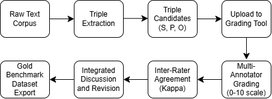
This is docs/images/fig1_pipeline.png from razz0n/triple-grader-tool, a draw.io export, as it was before one commit. Source tidied: cells renumbered, new cells last; positions are measured from the earlier drawing's top-left corner, leaving out a move shared by most shapes.
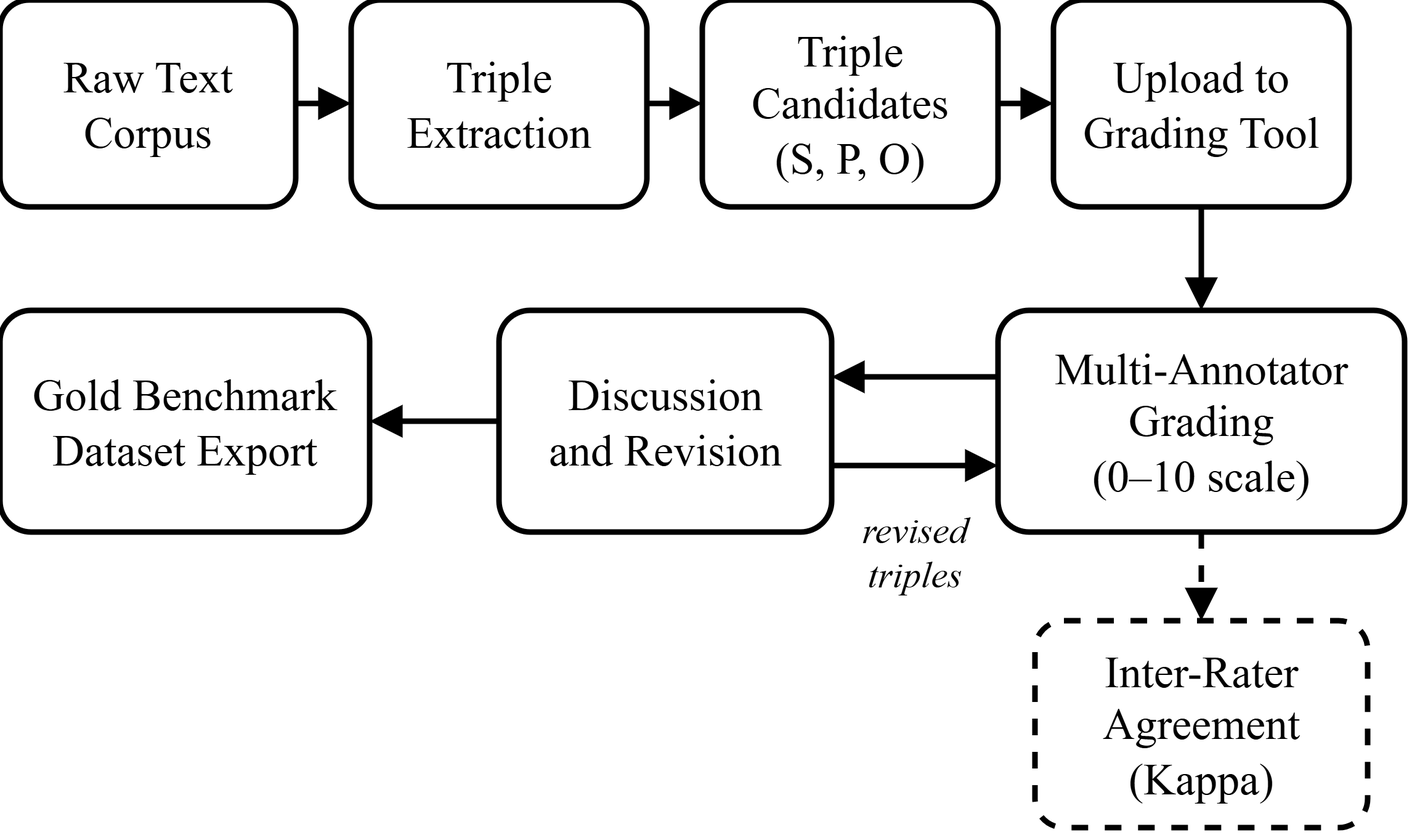
The same diagram one commit later.

Commit message:
fix: README.md and pipeline figure updated with the new benchmark steps

Diff of the diagram source:
```diff
@@ -1,58 +1,81 @@
-<mxGraphModel background="light-dark(#000000,transparent)">
+<mxGraphModel>
   <root>
     <mxCell id="0" />
     <mxCell id="1" parent="0" />
-    <mxCell id="2" value="Raw Text Corpus" style="rounded=1;whiteSpace=wrap;html=1;fontColor=light-dark(#000000,#000000);fillColor=light-dark(#FFFFFF,#FFFFFF);strokeColor=light-dark(#000000,#000000);" parent="1" vertex="1">
-      <mxGeometry width="80" height="60" as="geometry" />
+    <mxCell id="2" value="Raw Text&lt;br&gt;Corpus" style="rounded=1;arcSize=14;whiteSpace=wrap;html=1;fillColor=none;strokeWidth=1.5;fontFamily=Times New Roman;fontSize=12;strokeColor=light-dark(#000000,#000000);fontColor=light-dark(#000000,#000000);" parent="1" vertex="1">
+      <mxGeometry x="-35" y="-196" width="80" height="56" as="geometry" />
     </mxCell>
-    <mxCell id="3" value="Triple Extraction" style="rounded=1;whiteSpace=wrap;html=1;fontColor=light-dark(#000000,#000000);fillColor=light-dark(#FFFFFF,#FFFFFF);strokeColor=light-dark(#000000,#000000);" parent="1" vertex="1">
-      <mxGeometry x="120" width="80" height="60" as="geometry" />
+    <mxCell id="3" value="Triple&lt;br&gt;Extraction" style="rounded=1;arcSize=14;whiteSpace=wrap;html=1;fillColor=none;strokeWidth=1.5;fontFamily=Times New Roman;fontSize=12;strokeColor=light-dark(#000000,#000000);fontColor=light-dark(#000000,#000000);" parent="1" vertex="1">
+      <mxGeometry x="60" y="-196" width="80" height="56" as="geometry" />
     </mxCell>
-    <mxCell id="4" value="Triple Candidates&lt;div&gt;(S, P, O)&lt;/div&gt;" style="rounded=1;whiteSpace=wrap;html=1;fontColor=light-dark(#000000,#000000);fillColor=light-dark(#FFFFFF,#FFFFFF);strokeColor=light-dark(#000000,#000000);" parent="1" vertex="1">
-      <mxGeometry x="240" width="80" height="60" as="geometry" />
+    <mxCell id="4" value="Triple&lt;br&gt;Candidates&lt;br&gt;(S, P, O)" style="rounded=1;arcSize=14;whiteSpace=wrap;html=1;fillColor=none;strokeWidth=1.5;fontFamily=Times New Roman;fontSize=12;strokeColor=light-dark(#000000,#000000);fontColor=light-dark(#000000,#000000);" parent="1" vertex="1">
+      <mxGeometry x="155" y="-196" width="80" height="56" as="geometry" />
     </mxCell>
-    <mxCell id="5" value="Upload to Grading Tool" style="rounded=1;whiteSpace=wrap;html=1;fontColor=light-dark(#000000,#000000);fillColor=light-dark(#FFFFFF,#FFFFFF);strokeColor=light-dark(#000000,#000000);" parent="1" vertex="1">
-      <mxGeometry x="360" width="80" height="60" as="geometry" />
+    <mxCell id="5" value="Upload to&lt;br&gt;Grading Tool" style="rounded=1;arcSize=14;whiteSpace=wrap;html=1;fillColor=none;strokeWidth=1.5;fontFamily=Times New Roman;fontSize=12;strokeColor=light-dark(#000000,#000000);fontColor=light-dark(#000000,#000000);" parent="1" vertex="1">
+      <mxGeometry x="250" y="-196" width="80" height="56" as="geometry" />
     </mxCell>
-    <mxCell id="6" value="Multi-Annotator&lt;div&gt;Grading&lt;/div&gt;&lt;div&gt;(0-10 scale)&lt;/div&gt;" style="rounded=1;whiteSpace=wrap;html=1;fontColor=light-dark(#000000,#000000);fillColor=light-dark(#FFFFFF,#FFFFFF);strokeColor=light-dark(#000000,#000000);" parent="1" vertex="1">
-      <mxGeometry x="360" y="98" width="80" height="60" as="geometry" />
-    </mxCell>
+    <mxCell id="17" style="endArrow=block;endFill=1;endSize=5;startArrow=none;html=1;strokeWidth=1.5;strokeColor=light-dark(#000000,#000000);fontColor=light-dark(#000000,#000000);" parent="1" edge="1">
+      <mxGeometry relative="1" as="geometry">
+        <mxPoint x="45" y="-168" as="sourcePoint" />
+        <mxPoint x="60" y="-168" as="targetPoint" />
+      </mxGeometry>
+    </mxCell>
+    <mxCell id="18" style="endArrow=block;endFill=1;endSize=5;startArrow=none;html=1;strokeWidth=1.5;strokeColor=light-dark(#000000,#000000);fontColor=light-dark(#000000,#000000);" parent="1" edge="1">
+      <mxGeometry relative="1" as="geometry">
+        <mxPoint x="140" y="-168" as="sourcePoint" />
+        <mxPoint x="155" y="-168" as="targetPoint" />
+      </mxGeometry>
+    </mxCell>
+    <mxCell id="19" style="endArrow=block;endFill=1;endSize=5;startArrow=none;html=1;strokeWidth=1.5;strokeColor=light-dark(#000000,#000000);fontColor=light-dark(#000000,#000000);" parent="1" edge="1">
+      <mxGeometry relative="1" as="geometry">
+        <mxPoint x="235" y="-168" as="sourcePoint" />
+        <mxPoint x="250" y="-168" as="targetPoint" />
+      </mxGeometry>
+    </mxCell>
+    <mxCell id="20" value="Multi-Annotator&lt;br&gt;Grading&lt;br&gt;(0–10 scale)" style="rounded=1;arcSize=14;whiteSpace=wrap;html=1;fillColor=none;strokeWidth=1.5;fontFamily=Times New Roman;fontSize=12;strokeColor=light-dark(#000000,#000000);fontColor=light-dark(#000000,#000000);" parent="1" vertex="1">
+      <mxGeometry x="235" y="-112" width="110" height="60" as="geometry" />
+    </mxCell>
+    <mxCell id="21" value="Discussion&lt;br&gt;and Revision" style="rounded=1;arcSize=14;whiteSpace=wrap;html=1;fillColor=none;strokeWidth=1.5;fontFamily=Times New Roman;fontSize=12;strokeColor=light-dark(#000000,#000000);fontColor=light-dark(#000000,#000000);" parent="1" vertex="1">
+      <mxGeometry x="100" y="-112" width="90" height="60" as="geometry" />
+    </mxCell>
+    <mxCell id="8" value="Gold Benchmark&lt;br&gt;Dataset Export" style="rounded=1;arcSize=14;whiteSpace=wrap;html=1;fillColor=none;strokeWidth=1.5;fontFamily=Times New Roman;fontSize=12;strokeColor=light-dark(#000000,#000000);fontColor=light-dark(#000000,#000000);" parent="1" vertex="1">
+      <mxGeometry x="-35" y="-112" width="100" height="60" as="geometry" />
+    </mxCell>
+    <mxCell id="22" style="endArrow=block;endFill=1;endSize=5;startArrow=none;html=1;strokeWidth=1.5;strokeColor=light-dark(#000000,#000000);fontColor=light-dark(#000000,#000000);" parent="1" edge="1">
+      <mxGeometry relative="1" as="geometry">
+        <mxPoint x="290" y="-140" as="sourcePoint" />
+        <mxPoint x="290" y="-112" as="targetPoint" />
+      </mxGeometry>
+    </mxCell>
+    <mxCell id="23" style="endArrow=block;endFill=1;endSize=5;startArrow=none;html=1;strokeWidth=1.5;strokeColor=light-dark(#000000,#000000);fontColor=light-dark(#000000,#000000);" parent="1" edge="1">
+      <mxGeometry relative="1" as="geometry">
+        <mxPoint x="235" y="-94" as="sourcePoint" />
+        <mxPoint x="190" y="-94" as="targetPoint" />
+      </mxGeometry>
+    </mxCell>
+    <mxCell id="24" style="endArrow=block;endFill=1;endSize=5;startArrow=none;html=1;strokeWidth=1.5;strokeColor=light-dark(#000000,#000000);fontColor=light-dark(#000000,#000000);" parent="1" edge="1">
+      <mxGeometry relative="1" as="geometry">
+        <mxPoint x="190" y="-70" as="sourcePoint" />
+        <mxPoint x="235" y="-70" as="targetPoint" />
+      </mxGeometry>
+    </mxCell>
+    <mxCell id="25" value="revised&lt;br&gt;triples" style="text;html=1;strokeColor=none;fillColor=none;whiteSpace=wrap;align=center;verticalAlign=middle;fontFamily=Times New Roman;fontSize=10;fontStyle=2;labelBorderColor=none;fontColor=light-dark(#000000,#000000);" parent="1" vertex="1">
+      <mxGeometry x="190" y="-60" width="45" height="26" as="geometry" />
+    </mxCell>
+    <mxCell id="26" style="endArrow=block;endFill=1;endSize=5;startArrow=none;html=1;strokeWidth=1.5;strokeColor=light-dark(#000000,#000000);fontColor=light-dark(#000000,#000000);" parent="1" edge="1">
+      <mxGeometry relative="1" as="geometry">
+        <mxPoint x="100" y="-82" as="sourcePoint" />
+        <mxPoint x="65" y="-82" as="targetPoint" />
+      </mxGeometry>
+    </mxCell>
-    <mxCell id="7" value="Inter-Rater&lt;div&gt;Agreement&lt;/div&gt;&lt;div&gt;(Kappa)&lt;/div&gt;" style="rounded=1;whiteSpace=wrap;html=1;fontColor=light-dark(#000000,#000000);labelBackgroundColor=none;fillColor=light-dark(#FFFFFF,#FFFFFF);strokeColor=light-dark(#000000,#000000);" parent="1" vertex="1">
-      <mxGeometry x="240" y="98" width="80" height="60" as="geometry" />
+    <mxCell id="7" value="Inter-Rater&lt;br&gt;Agreement&lt;br&gt;(Kappa)" style="rounded=1;arcSize=14;whiteSpace=wrap;html=1;fillColor=none;strokeWidth=1.5;fontFamily=Times New Roman;fontSize=12;dashed=1;strokeColor=light-dark(#000000,#000000);fontColor=light-dark(#000000,#000000);" parent="1" vertex="1">
+      <mxGeometry x="245" y="-28" width="90" height="56" as="geometry" />
     </mxCell>
-    <mxCell id="8" value="Gold Benchmark Dataset Export" style="rounded=1;whiteSpace=wrap;html=1;fontColor=light-dark(#000000,#000000);fillColor=light-dark(#FFFFFF,#FFFFFF);strokeColor=light-dark(#000000,#000000);" parent="1" vertex="1">
-      <mxGeometry y="98" width="80" height="60" as="geometry" />
-    </mxCell>
-    <mxCell id="9" style="endArrow=classic;html=1;rounded=0;fontSize=12;startSize=8;endSize=8;curved=1;entryX=0;entryY=0.5;entryDx=0;entryDy=0;fontColor=light-dark(#000000,#000000);fillColor=light-dark(#FFFFFF,#FFFFFF);strokeColor=light-dark(#000000,#000000);" parent="1" edge="1" target="3">
-      <mxGeometry relative="1" as="geometry">
-        <mxPoint x="80" y="30" as="sourcePoint" />
-      </mxGeometry>
-    </mxCell>
-    <mxCell id="10" style="endArrow=classic;html=1;rounded=0;fontSize=12;startSize=8;endSize=8;curved=1;entryX=0;entryY=0.5;entryDx=0;entryDy=0;fontColor=light-dark(#000000,#000000);fillColor=light-dark(#FFFFFF,#FFFFFF);strokeColor=light-dark(#000000,#000000);" parent="1" edge="1">
-      <mxGeometry relative="1" as="geometry">
-        <mxPoint x="200" y="29.3" as="sourcePoint" />
-        <mxPoint x="240" y="29.3" as="targetPoint" />
-      </mxGeometry>
-    </mxCell>
-    <mxCell id="11" style="endArrow=classic;html=1;rounded=0;fontSize=12;startSize=8;endSize=8;curved=1;entryX=0;entryY=0.5;entryDx=0;entryDy=0;exitX=1;exitY=0.5;exitDx=0;exitDy=0;fontColor=light-dark(#000000,#000000);fillColor=light-dark(#FFFFFF,#FFFFFF);strokeColor=light-dark(#000000,#000000);" parent="1" edge="1" source="4" target="5">
-      <mxGeometry relative="1" as="geometry" />
-    </mxCell>
-    <mxCell id="12" style="endArrow=classic;html=1;rounded=0;fontSize=12;startSize=8;endSize=8;curved=1;exitX=0.5;exitY=1;exitDx=0;exitDy=0;fontColor=light-dark(#000000,#000000);fillColor=light-dark(#FFFFFF,#FFFFFF);strokeColor=light-dark(#000000,#000000);" parent="1" edge="1" source="5">
-      <mxGeometry relative="1" as="geometry">
-        <mxPoint x="400" y="95.7" as="targetPoint" />
-      </mxGeometry>
-    </mxCell>
-    <mxCell id="13" style="endArrow=classic;html=1;rounded=0;fontSize=12;startSize=8;endSize=8;curved=1;entryX=1;entryY=0.5;entryDx=0;entryDy=0;exitX=0;exitY=0.5;exitDx=0;exitDy=0;fontColor=light-dark(#000000,#000000);fillColor=light-dark(#FFFFFF,#FFFFFF);strokeColor=light-dark(#000000,#000000);" parent="1" edge="1" source="6" target="7">
-      <mxGeometry relative="1" as="geometry" />
-    </mxCell>
-    <mxCell id="14" style="endArrow=classic;html=1;rounded=0;fontSize=12;startSize=8;endSize=8;curved=1;entryX=1;entryY=0.5;entryDx=0;entryDy=0;exitX=0;exitY=0.5;exitDx=0;exitDy=0;fontColor=light-dark(#000000,#000000);fillColor=light-dark(#FFFFFF,#FFFFFF);strokeColor=light-dark(#000000,#000000);" parent="1" edge="1" source="7" target="15">
-      <mxGeometry relative="1" as="geometry" />
-    </mxCell>
-    <mxCell id="15" value="&lt;div style=&quot;&quot;&gt;Integrated Discussion and Revision&lt;/div&gt;" style="rounded=1;whiteSpace=wrap;html=1;fontColor=light-dark(#000000,#000000);fillColor=light-dark(#FFFFFF,#FFFFFF);strokeColor=light-dark(#000000,#000000);align=center;" parent="1" vertex="1">
-      <mxGeometry x="120" y="98" width="80" height="60" as="geometry" />
-    </mxCell>
-    <mxCell id="16" style="endArrow=classic;html=1;rounded=0;fontSize=12;startSize=8;endSize=8;curved=1;entryX=1;entryY=0.5;entryDx=0;entryDy=0;exitX=0;exitY=0.5;exitDx=0;exitDy=0;fontColor=light-dark(#000000,#000000);fillColor=light-dark(#FFFFFF,#FFFFFF);strokeColor=light-dark(#000000,#000000);" parent="1" edge="1" source="15" target="8">
-      <mxGeometry relative="1" as="geometry" />
-    </mxCell>
+    <mxCell id="27" style="endArrow=block;endFill=1;endSize=5;startArrow=none;html=1;strokeWidth=1.5;dashed=1;strokeColor=light-dark(#000000,#000000);fontColor=light-dark(#000000,#000000);" parent="1" edge="1">
+      <mxGeometry relative="1" as="geometry">
+        <mxPoint x="290" y="-52" as="sourcePoint" />
+        <mxPoint x="290" y="-28" as="targetPoint" />
+      </mxGeometry>
+    </mxCell>
   </root>
 </mxGraphModel>
```
